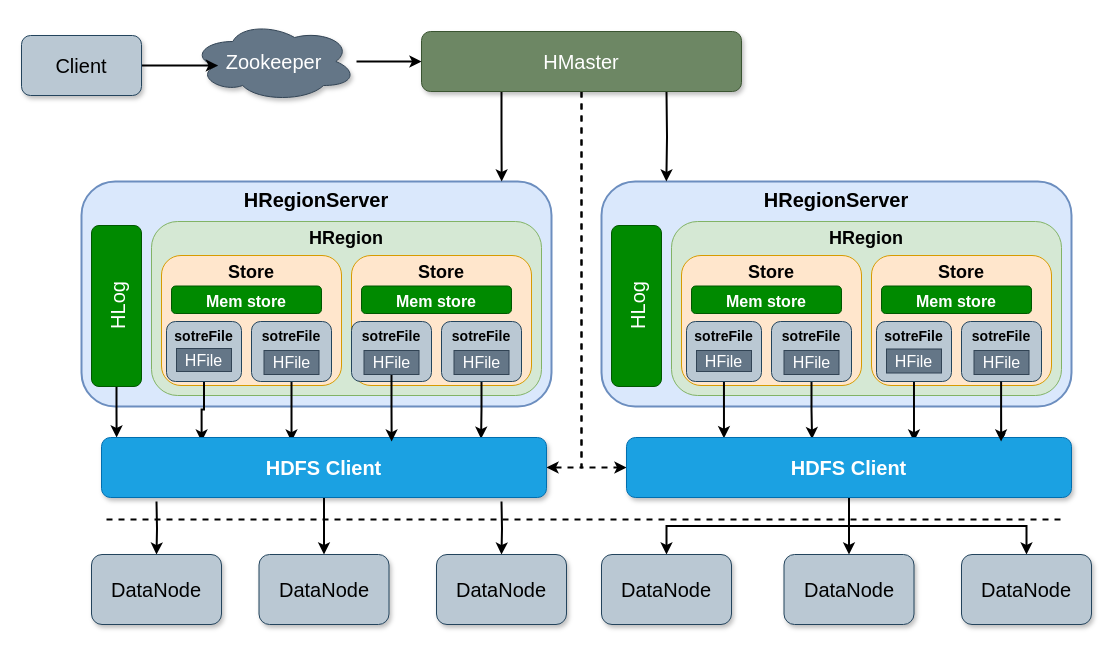
This is HBase.drawio from starzy1990/diagrams, a draw.io file, before an edit. Source tidied: cells renumbered, new cells numbered last; positions are measured from the earlier drawing's top-left corner, leaving out a move shared by most shapes. Both pictures are drawn from the tidied source at 100%, with x=0, y=0 at pixel (21, 21).
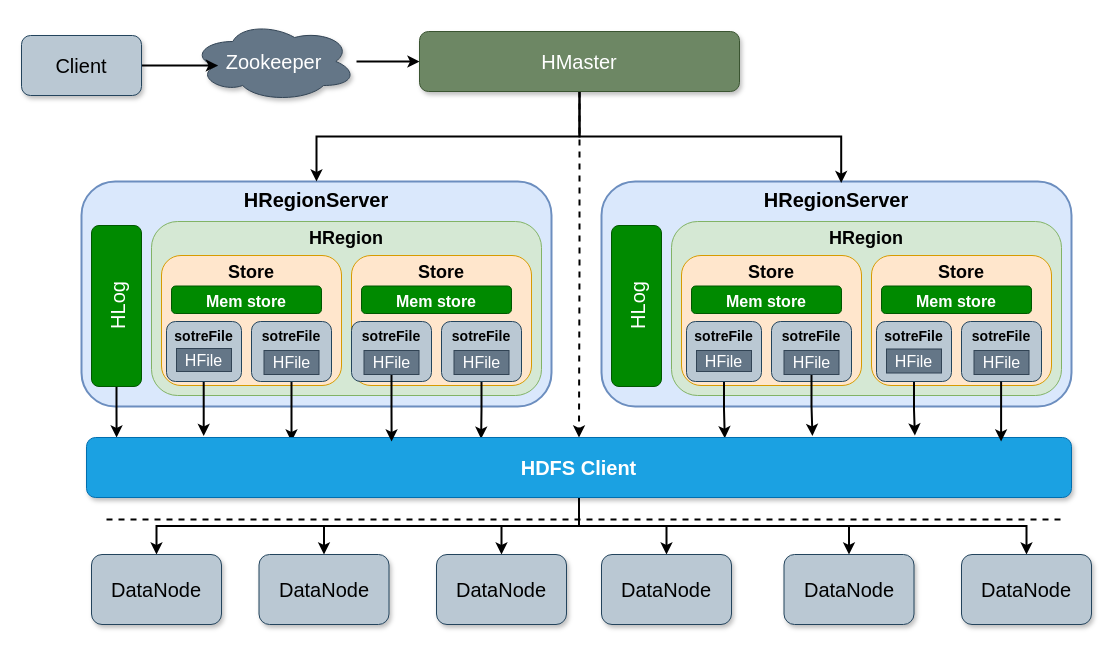
The same diagram, later.

The change refers to these unchanged cells:
```xml
<mxCell id="2" value="HRegionServer" style="rounded=1;whiteSpace=wrap;html=1;strokeWidth=2;fillColor=#dae8fc;strokeColor=#6c8ebf;fontSize=20;verticalAlign=top;fontStyle=1;" parent="1" vertex="1">
  <mxGeometry x="60" y="160" width="470" height="225" as="geometry" />
</mxCell>
<mxCell id="4" value="HLog" style="rounded=1;whiteSpace=wrap;html=1;fillColor=#008a00;fontColor=#ffffff;strokeColor=#005700;horizontal=0;fontSize=20;" parent="1" vertex="1">
  <mxGeometry x="70" y="204" width="50" height="161" as="geometry" />
</mxCell>
<mxCell id="9" value="sotreFile" style="rounded=1;whiteSpace=wrap;html=1;fontSize=14;verticalAlign=top;fillColor=#bac8d3;strokeColor=#23445d;fontStyle=1;" parent="1" vertex="1">
  <mxGeometry x="145" y="300" width="75" height="60" as="geometry" />
</mxCell>
<mxCell id="11" value="sotreFile" style="rounded=1;whiteSpace=wrap;html=1;fontSize=14;verticalAlign=top;fillColor=#bac8d3;strokeColor=#23445d;fontStyle=1;" parent="1" vertex="1">
  <mxGeometry x="230" y="300" width="80" height="60" as="geometry" />
</mxCell>
<mxCell id="17" value="sotreFile" style="rounded=1;whiteSpace=wrap;html=1;fontSize=14;verticalAlign=top;fillColor=#bac8d3;strokeColor=#23445d;fontStyle=1;" parent="1" vertex="1">
  <mxGeometry x="420" y="300" width="80" height="60" as="geometry" />
</mxCell>
<mxCell id="18" value="HRegionServer" style="rounded=1;whiteSpace=wrap;html=1;strokeWidth=2;fillColor=#dae8fc;strokeColor=#6c8ebf;fontSize=20;verticalAlign=top;fontStyle=1;" parent="1" vertex="1">
  <mxGeometry x="580" y="160" width="470" height="225" as="geometry" />
</mxCell>
<mxCell id="24" value="sotreFile" style="rounded=1;whiteSpace=wrap;html=1;fontSize=14;verticalAlign=top;fillColor=#bac8d3;strokeColor=#23445d;fontStyle=1;" parent="1" vertex="1">
  <mxGeometry x="665" y="300" width="75" height="60" as="geometry" />
</mxCell>
<mxCell id="26" value="sotreFile" style="rounded=1;whiteSpace=wrap;html=1;fontSize=14;verticalAlign=top;fillColor=#bac8d3;strokeColor=#23445d;fontStyle=1;" parent="1" vertex="1">
  <mxGeometry x="750" y="300" width="80" height="60" as="geometry" />
</mxCell>
<mxCell id="30" value="sotreFile" style="rounded=1;whiteSpace=wrap;html=1;fontSize=14;verticalAlign=top;fillColor=#bac8d3;strokeColor=#23445d;fontStyle=1;" parent="1" vertex="1">
  <mxGeometry x="855" y="300" width="75" height="60" as="geometry" />
</mxCell>
<mxCell id="32" value="sotreFile" style="rounded=1;whiteSpace=wrap;html=1;fontSize=14;verticalAlign=top;fillColor=#bac8d3;strokeColor=#23445d;fontStyle=1;" parent="1" vertex="1">
  <mxGeometry x="940" y="300" width="80" height="60" as="geometry" />
</mxCell>
<mxCell id="51" value="DataNode" style="rounded=1;whiteSpace=wrap;html=1;shadow=1;fontSize=20;fillColor=#bac8d3;strokeColor=#23445d;" parent="1" vertex="1">
  <mxGeometry x="70" y="533" width="130" height="70" as="geometry" />
</mxCell>
<mxCell id="52" value="DataNode" style="rounded=1;whiteSpace=wrap;html=1;shadow=1;fontSize=20;fillColor=#bac8d3;strokeColor=#23445d;" parent="1" vertex="1">
  <mxGeometry x="237.5" y="533" width="130" height="70" as="geometry" />
</mxCell>
<mxCell id="53" value="DataNode" style="rounded=1;whiteSpace=wrap;html=1;shadow=1;fontSize=20;fillColor=#bac8d3;strokeColor=#23445d;" parent="1" vertex="1">
  <mxGeometry x="415" y="533" width="130" height="70" as="geometry" />
</mxCell>
<mxCell id="59" value="HFile" style="rounded=0;whiteSpace=wrap;html=1;fontSize=16;fillColor=#647687;strokeColor=#314354;fontColor=#ffffff;" parent="1" vertex="1">
  <mxGeometry x="342.5" y="329" width="55" height="24" as="geometry" />
</mxCell>
<mxCell id="62" value="HFile" style="rounded=0;whiteSpace=wrap;html=1;fontSize=16;fillColor=#647687;strokeColor=#314354;fontColor=#ffffff;" parent="1" vertex="1">
  <mxGeometry x="762.5" y="329" width="55" height="24" as="geometry" />
</mxCell>
```

Diff of the diagram source:
```diff
@@
-    <mxCell id="3" style="edgeStyle=orthogonalEdgeStyle;rounded=0;jettySize=auto;html=1;entryX=0.034;entryY=0;entryDx=0;entryDy=0;entryPerimeter=0;strokeWidth=2;fontSize=20;" parent="1" edge="1" source="4" target="45">
-      <mxGeometry relative="1" as="geometry" />
+    <mxCell id="3" style="edgeStyle=orthogonalEdgeStyle;rounded=0;jettySize=auto;html=1;entryX=0.034;entryY=0;entryDx=0;entryDy=0;entryPerimeter=0;strokeWidth=2;fontSize=20;" parent="1" edge="1" source="4">
+      <mxGeometry relative="1" as="geometry">
+        <mxPoint x="95.1" y="416" as="targetPoint" />
+      </mxGeometry>
     </mxCell>
@@
-    <mxCell id="8" style="edgeStyle=orthogonalEdgeStyle;rounded=0;jettySize=auto;html=1;entryX=0.225;entryY=0.067;entryDx=0;entryDy=0;entryPerimeter=0;strokeWidth=2;fontSize=20;" parent="1" edge="1" source="9" target="45">
-      <mxGeometry relative="1" as="geometry" />
+    <mxCell id="8" style="edgeStyle=orthogonalEdgeStyle;rounded=0;jettySize=auto;html=1;entryX=0.119;entryY=-0.025;entryDx=0;entryDy=0;entryPerimeter=0;strokeWidth=2;fontSize=20;" parent="1" edge="1" source="9" target="49">
+      <mxGeometry relative="1" as="geometry">
+        <Array as="points">
+          <mxPoint x="183" y="390" />
+        </Array>
+      </mxGeometry>
     </mxCell>
@@
-    <mxCell id="10" style="edgeStyle=orthogonalEdgeStyle;rounded=0;jettySize=auto;html=1;entryX=0.427;entryY=0.067;entryDx=0;entryDy=0;entryPerimeter=0;strokeWidth=2;fontSize=20;" parent="1" edge="1" source="11" target="45">
-      <mxGeometry relative="1" as="geometry" />
+    <mxCell id="10" style="edgeStyle=orthogonalEdgeStyle;rounded=0;jettySize=auto;html=1;entryX=0.427;entryY=0.067;entryDx=0;entryDy=0;entryPerimeter=0;strokeWidth=2;fontSize=20;" parent="1" edge="1" source="11">
+      <mxGeometry relative="1" as="geometry">
+        <mxPoint x="270" y="420" as="targetPoint" />
+      </mxGeometry>
     </mxCell>
@@
-    <mxCell id="16" style="edgeStyle=orthogonalEdgeStyle;rounded=0;jettySize=auto;html=1;entryX=0.853;entryY=0.02;entryDx=0;entryDy=0;entryPerimeter=0;strokeWidth=2;" parent="1" edge="1" source="17" target="45">
-      <mxGeometry relative="1" as="geometry" />
+    <mxCell id="16" style="edgeStyle=orthogonalEdgeStyle;rounded=0;jettySize=auto;html=1;entryX=0.853;entryY=0.02;entryDx=0;entryDy=0;entryPerimeter=0;strokeWidth=2;" parent="1" edge="1" source="17">
+      <mxGeometry relative="1" as="geometry">
+        <mxPoint x="459.6" y="417.2" as="targetPoint" />
+      </mxGeometry>
     </mxCell>
@@
-    <mxCell id="23" style="edgeStyle=orthogonalEdgeStyle;rounded=0;jettySize=auto;html=1;entryX=0.219;entryY=0.012;entryDx=0;entryDy=0;entryPerimeter=0;strokeWidth=2;" parent="1" edge="1" source="24" target="49">
+    <mxCell id="23" style="edgeStyle=orthogonalEdgeStyle;rounded=0;jettySize=auto;html=1;entryX=0.648;entryY=0.012;entryDx=0;entryDy=0;entryPerimeter=0;strokeWidth=2;" parent="1" edge="1" source="24" target="49">
       <mxGeometry relative="1" as="geometry" />
     </mxCell>
@@
-    <mxCell id="25" style="edgeStyle=orthogonalEdgeStyle;rounded=0;jettySize=auto;html=1;entryX=0.417;entryY=0.027;entryDx=0;entryDy=0;entryPerimeter=0;strokeWidth=2;" parent="1" edge="1" source="26" target="49">
-      <mxGeometry relative="1" as="geometry" />
-    </mxCell>
@@
-    <mxCell id="29" style="edgeStyle=orthogonalEdgeStyle;rounded=0;jettySize=auto;html=1;entryX=0.646;entryY=0.067;entryDx=0;entryDy=0;entryPerimeter=0;strokeWidth=2;" parent="1" edge="1" source="30" target="49">
+    <mxCell id="29" style="edgeStyle=orthogonalEdgeStyle;rounded=0;jettySize=auto;html=1;entryX=0.841;entryY=-0.034;entryDx=0;entryDy=0;entryPerimeter=0;strokeWidth=2;" parent="1" edge="1" source="30" target="49">
       <mxGeometry relative="1" as="geometry" />
     </mxCell>
@@
-    <mxCell id="31" style="edgeStyle=orthogonalEdgeStyle;rounded=0;jettySize=auto;html=1;entryX=0.843;entryY=0.067;entryDx=0;entryDy=0;entryPerimeter=0;" parent="1" edge="1" source="32" target="49">
-      <mxGeometry relative="1" as="geometry" />
-    </mxCell>
@@
+    <mxCell id="35" style="edgeStyle=orthogonalEdgeStyle;rounded=0;jettySize=auto;html=1;entryX=0.5;entryY=0;entryDx=0;entryDy=0;strokeWidth=2;dashed=1;" parent="1" edge="1" source="37" target="49">
+      <mxGeometry relative="1" as="geometry" />
+    </mxCell>
-    <mxCell id="33" style="edgeStyle=orthogonalEdgeStyle;rounded=0;jettySize=auto;html=1;entryX=0.894;entryY=0;entryDx=0;entryDy=0;strokeWidth=2;fontSize=20;exitX=0.25;exitY=1;exitDx=0;exitDy=0;entryPerimeter=0;" parent="1" edge="1" source="37" target="2">
+    <mxCell id="33" style="edgeStyle=orthogonalEdgeStyle;rounded=0;jettySize=auto;html=1;entryX=0.5;entryY=0;entryDx=0;entryDy=0;strokeWidth=2;" parent="1" edge="1" source="37" target="2">
       <mxGeometry relative="1" as="geometry" />
     </mxCell>
-    <mxCell id="34" style="edgeStyle=orthogonalEdgeStyle;rounded=0;jettySize=auto;html=1;entryX=0.138;entryY=0;entryDx=0;entryDy=0;entryPerimeter=0;strokeWidth=2;fontSize=20;" parent="1" edge="1" target="18">
-      <mxGeometry relative="1" as="geometry">
-        <mxPoint x="645" y="70" as="sourcePoint" />
-      </mxGeometry>
-    </mxCell>
-    <mxCell id="35" style="edgeStyle=orthogonalEdgeStyle;rounded=0;jettySize=auto;html=1;entryX=0;entryY=0.5;entryDx=0;entryDy=0;strokeWidth=2;dashed=1;" parent="1" edge="1" source="37" target="49">
-      <mxGeometry relative="1" as="geometry" />
-    </mxCell>
-    <mxCell id="36" style="edgeStyle=orthogonalEdgeStyle;rounded=0;jettySize=auto;html=1;entryX=1;entryY=0.5;entryDx=0;entryDy=0;strokeWidth=2;dashed=1;" parent="1" edge="1" source="37" target="45">
-      <mxGeometry relative="1" as="geometry" />
-    </mxCell>
+    <mxCell id="66" style="edgeStyle=orthogonalEdgeStyle;rounded=0;jettySize=auto;html=1;entryX=0.51;entryY=0.007;entryDx=0;entryDy=0;entryPerimeter=0;strokeWidth=2;" parent="1" edge="1" source="37" target="18">
+      <mxGeometry relative="1" as="geometry" />
+    </mxCell>
     <mxCell id="37" value="HMaster" style="rounded=1;whiteSpace=wrap;html=1;fontSize=20;fillColor=#6d8764;fontColor=#ffffff;strokeColor=#3A5431;shadow=1;" parent="1" vertex="1">
-      <mxGeometry x="400" y="10" width="320" height="60" as="geometry" />
+      <mxGeometry x="398" y="10" width="320" height="60" as="geometry" />
     </mxCell>
@@
-    <mxCell id="42" style="edgeStyle=orthogonalEdgeStyle;rounded=0;jettySize=auto;html=1;entryX=0.5;entryY=0;entryDx=0;entryDy=0;strokeWidth=2;fontSize=20;" parent="1" edge="1" target="51">
-      <mxGeometry relative="1" as="geometry">
-        <mxPoint x="135" y="480" as="sourcePoint" />
-      </mxGeometry>
-    </mxCell>
-    <mxCell id="43" style="edgeStyle=orthogonalEdgeStyle;rounded=0;jettySize=auto;html=1;entryX=0.5;entryY=0;entryDx=0;entryDy=0;strokeWidth=2;fontSize=20;" parent="1" edge="1" source="45" target="52">
-      <mxGeometry relative="1" as="geometry" />
-    </mxCell>
-    <mxCell id="44" style="edgeStyle=orthogonalEdgeStyle;rounded=0;jettySize=auto;html=1;entryX=0.5;entryY=0;entryDx=0;entryDy=0;strokeWidth=2;fontSize=20;" parent="1" edge="1" target="53">
-      <mxGeometry relative="1" as="geometry">
-        <mxPoint x="480" y="480" as="sourcePoint" />
-      </mxGeometry>
-    </mxCell>
-    <mxCell id="45" value="HDFS Client" style="rounded=1;whiteSpace=wrap;html=1;shadow=1;fontSize=20;fillColor=#1ba1e2;strokeColor=#006EAF;fontColor=#ffffff;fontStyle=1;" parent="1" vertex="1">
-      <mxGeometry x="80" y="416" width="445" height="60" as="geometry" />
-    </mxCell>
@@
+    <mxCell id="67" style="edgeStyle=orthogonalEdgeStyle;rounded=0;jettySize=auto;html=1;entryX=0.5;entryY=0;entryDx=0;entryDy=0;strokeWidth=2;" parent="1" edge="1" source="49" target="51">
+      <mxGeometry relative="1" as="geometry" />
+    </mxCell>
+    <mxCell id="68" style="edgeStyle=orthogonalEdgeStyle;rounded=0;jettySize=auto;html=1;strokeWidth=2;" parent="1" edge="1" source="49" target="52">
+      <mxGeometry relative="1" as="geometry" />
+    </mxCell>
+    <mxCell id="69" style="edgeStyle=orthogonalEdgeStyle;rounded=0;jettySize=auto;html=1;strokeWidth=2;" parent="1" edge="1" source="49" target="53">
+      <mxGeometry relative="1" as="geometry" />
+    </mxCell>
     <mxCell id="49" value="HDFS Client" style="rounded=1;whiteSpace=wrap;html=1;shadow=1;fontSize=20;fillColor=#1ba1e2;strokeColor=#006EAF;fontColor=#ffffff;fontStyle=1;" parent="1" vertex="1">
-      <mxGeometry x="605" y="416" width="445" height="60" as="geometry" />
+      <mxGeometry x="65" y="416" width="985" height="60" as="geometry" />
     </mxCell>
@@
-    <mxCell id="58" style="edgeStyle=orthogonalEdgeStyle;rounded=0;jettySize=auto;html=1;entryX=0.652;entryY=0.067;entryDx=0;entryDy=0;entryPerimeter=0;strokeWidth=2;" parent="1" edge="1" source="59" target="45">
-      <mxGeometry relative="1" as="geometry" />
+    <mxCell id="58" style="edgeStyle=orthogonalEdgeStyle;rounded=0;jettySize=auto;html=1;entryX=0.652;entryY=0.067;entryDx=0;entryDy=0;entryPerimeter=0;strokeWidth=2;" parent="1" edge="1" source="59">
+      <mxGeometry relative="1" as="geometry">
+        <mxPoint x="370.1" y="420" as="targetPoint" />
+      </mxGeometry>
     </mxCell>
@@
+    <mxCell id="70" style="edgeStyle=orthogonalEdgeStyle;rounded=0;jettySize=auto;html=1;entryX=0.737;entryY=-0.026;entryDx=0;entryDy=0;entryPerimeter=0;strokeWidth=2;" parent="1" edge="1" source="62" target="49">
+      <mxGeometry relative="1" as="geometry" />
+    </mxCell>
```
